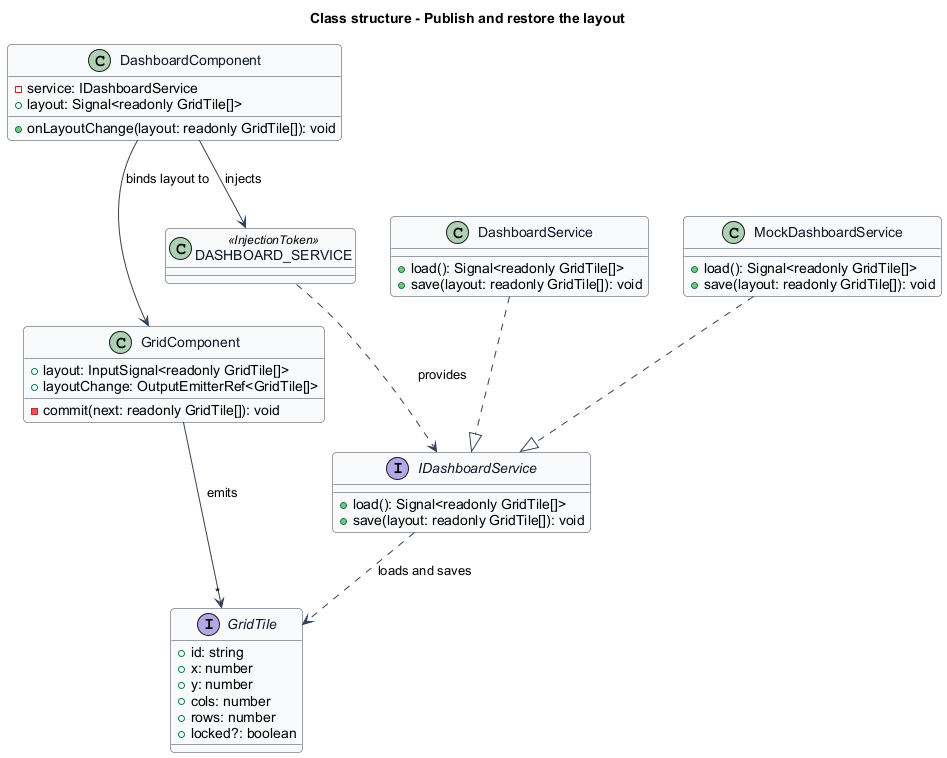
This is docs/detailed-designs/grid-layout/publish-and-restore-layout/diagrams/class-structure.png from QuinntyneBrown/qbc-grid, a PlantUML export, as it was before one commit. The source it was exported from:
```plantuml
@startuml
skinparam backgroundColor #FFFFFF
skinparam shadowing false
skinparam roundcorner 8
skinparam defaultFontName Arial
skinparam ArrowColor #344054
skinparam class {
  BorderColor #344054
  FontColor #101828
  BackgroundColor #F9FAFB
}
title Class structure - Publish and restore the layout

interface GridTile {
  +id: string
  +x: number
  +y: number
  +cols: number
  +rows: number
  +locked?: boolean
}

class GridComponent {
  +layout: InputSignal<readonly GridTile[]>
  +layoutChange: OutputEmitterRef<GridTile[]>
  -commit(next: readonly GridTile[]): void
}

interface IDashboardService {
  +load(): Signal<readonly GridTile[]>
  +save(layout: readonly GridTile[]): void
}

class DashboardService {
  +load(): Signal<readonly GridTile[]>
  +save(layout: readonly GridTile[]): void
}

class MockDashboardService {
  +load(): Signal<readonly GridTile[]>
  +save(layout: readonly GridTile[]): void
}

class DashboardComponent {
  -service: IDashboardService
  +layout: Signal<readonly GridTile[]>
  +onLayoutChange(layout: readonly GridTile[]): void
}

class DASHBOARD_SERVICE <<InjectionToken>> {
}

DashboardService ..|> IDashboardService
MockDashboardService ..|> IDashboardService
DASHBOARD_SERVICE ..> IDashboardService : provides
DashboardComponent --> DASHBOARD_SERVICE : injects
DashboardComponent --> GridComponent : binds layout to
GridComponent --> "*" GridTile : emits
IDashboardService ..> GridTile : loads and saves
@enduml
```
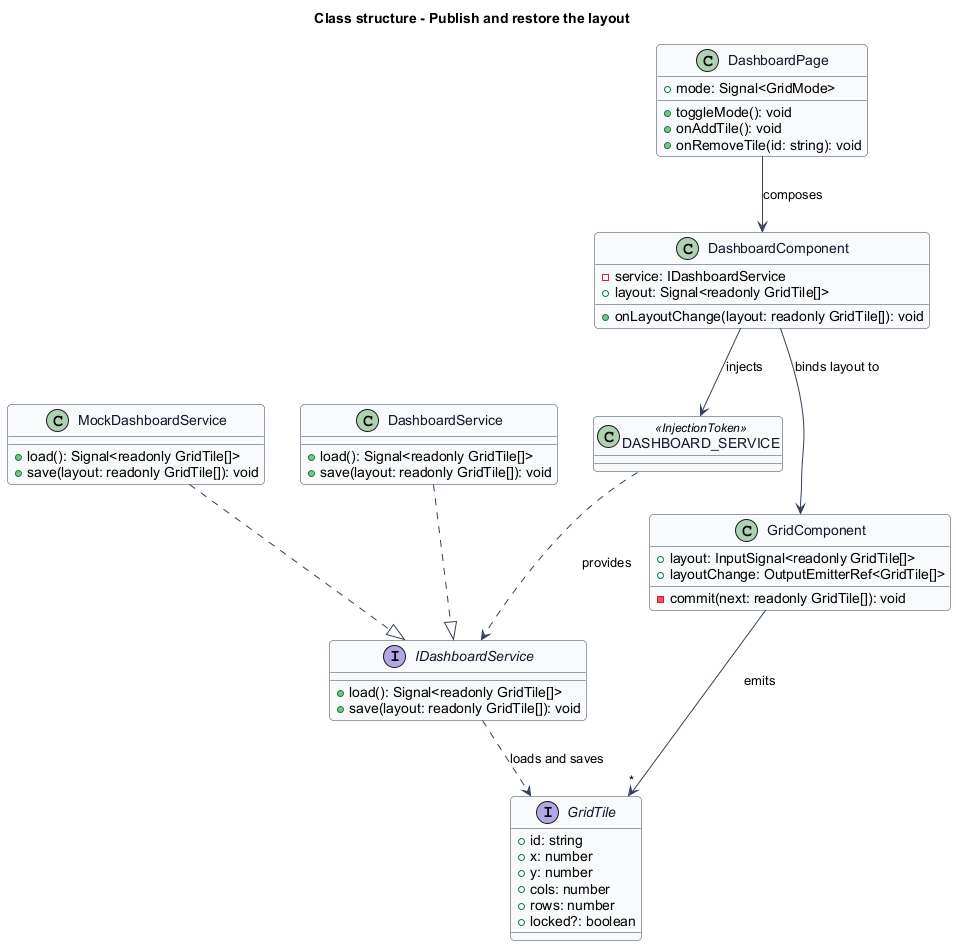
After the change.

Diff of the diagram source:
```diff
@@ -41,6 +41,13 @@
   +save(layout: readonly GridTile[]): void
 }
 
+class DashboardPage {
+  +mode: Signal<GridMode>
+  +toggleMode(): void
+  +onAddTile(): void
+  +onRemoveTile(id: string): void
+}
+
 class DashboardComponent {
   -service: IDashboardService
   +layout: Signal<readonly GridTile[]>
@@ -53,6 +60,7 @@
 DashboardService ..|> IDashboardService
 MockDashboardService ..|> IDashboardService
 DASHBOARD_SERVICE ..> IDashboardService : provides
+DashboardPage --> DashboardComponent : composes
 DashboardComponent --> DASHBOARD_SERVICE : injects
 DashboardComponent --> GridComponent : binds layout to
 GridComponent --> "*" GridTile : emits
```
